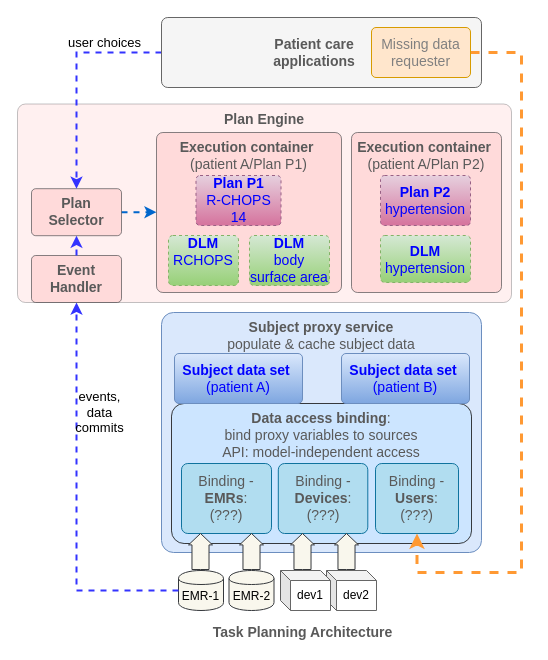
openEHR/specifications-PROC keeps this draw.io diagram as docs/overview/diagrams/plan-architecture.drawio. Above is the earlier version. Source tidied: cells renumbered, new cells numbered last; positions are measured from the earlier drawing's top-left corner, leaving out a move shared by most shapes. Both pictures are drawn from the tidied source at 100%, with x=0, y=0 at pixel (17, 17).
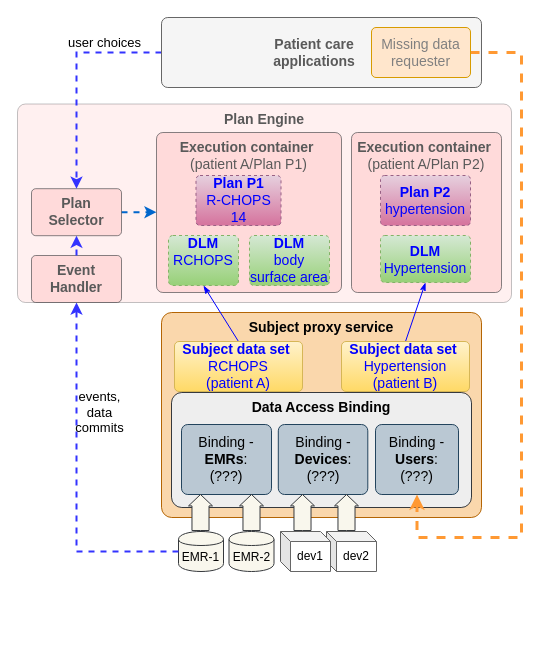
The same diagram, later.

Unchanged cells that the change refers to:
```xml
<mxCell id="7" value="&lt;span style=&quot;font-size: 14px&quot;&gt;&lt;b&gt;DLM &lt;/b&gt;RCHOPS&lt;br&gt;&lt;br&gt;&lt;/span&gt;" style="rounded=1;whiteSpace=wrap;html=1;strokeColor=#82b366;fillColor=#d5e8d4;fontSize=14;arcSize=9;gradientColor=#97d077;dashed=1;fontColor=#0000FF;fontStyle=0;" parent="1" vertex="1">
  <mxGeometry x="151" y="218" width="70" height="50" as="geometry" />
</mxCell>
<mxCell id="24" value="&lt;span style=&quot;font-size: 14px&quot;&gt;&lt;span&gt;Missing data requester&lt;/span&gt;&lt;br&gt;&lt;/span&gt;" style="rounded=1;whiteSpace=wrap;html=1;strokeColor=#d79b00;fillColor=#ffe6cc;fontSize=14;arcSize=9;verticalAlign=middle;fontStyle=0;fontColor=#808080;" parent="1" vertex="1">
  <mxGeometry x="354" y="10" width="99" height="50" as="geometry" />
</mxCell>
```

Diff of the diagram source:
```diff
@@
     <mxCell id="3" value="dev2" style="shape=cube;whiteSpace=wrap;html=1;boundedLbl=1;backgroundOutline=1;darkOpacity=0.05;darkOpacity2=0.1;strokeColor=#666666;strokeWidth=1;fontColor=#000000;size=10;fontStyle=0;" parent="1" vertex="1">
-      <mxGeometry x="309" y="553" width="50" height="40" as="geometry" />
+      <mxGeometry x="309" y="514" width="50" height="40" as="geometry" />
     </mxCell>
@@
-    <mxCell id="6" value="&lt;span style=&quot;font-size: 14px&quot;&gt;&lt;span&gt;&lt;b&gt;Subject proxy service&lt;/b&gt;&lt;br&gt;&lt;/span&gt;populate &amp;amp; cache subject data&lt;br&gt;&lt;/span&gt;" style="rounded=1;whiteSpace=wrap;html=1;strokeColor=#6c8ebf;fillColor=#dae8fc;fontSize=14;arcSize=5;verticalAlign=top;fontColor=#595959;fontStyle=0;" parent="1" vertex="1">
-      <mxGeometry x="144" y="295" width="320" height="240" as="geometry" />
+    <mxCell id="6" value="&lt;span style=&quot;font-size: 14px&quot;&gt;&lt;span&gt;&lt;b&gt;Subject proxy service&lt;/b&gt;&lt;/span&gt;&lt;br&gt;&lt;/span&gt;" style="rounded=1;whiteSpace=wrap;html=1;strokeColor=#b46504;fillColor=#fad7ac;fontSize=14;arcSize=5;verticalAlign=top;fontStyle=0;" parent="1" vertex="1">
+      <mxGeometry x="144" y="295" width="320" height="205" as="geometry" />
     </mxCell>
@@
-    <mxCell id="8" value="&lt;span style=&quot;font-size: 14px&quot;&gt;&lt;span&gt;&lt;b&gt;Data access binding&lt;/b&gt;:&lt;br&gt;&lt;/span&gt;&lt;/span&gt;bind proxy variables to sources&lt;span style=&quot;font-size: 14px&quot;&gt;&lt;span&gt;&lt;br&gt;&lt;/span&gt;API: model-independent access&lt;br&gt;&lt;/span&gt;" style="rounded=1;whiteSpace=wrap;html=1;strokeColor=#36393d;fillColor=#cce5ff;fontSize=14;arcSize=9;verticalAlign=top;fontStyle=0;fontColor=#595959;" parent="1" vertex="1">
-      <mxGeometry x="154" y="386" width="300" height="140" as="geometry" />
+    <mxCell id="8" value="&lt;span style=&quot;font-size: 14px&quot;&gt;&lt;span&gt;&lt;b&gt;Data Access Binding&lt;/b&gt;&lt;/span&gt;&lt;/span&gt;&lt;span style=&quot;font-size: 14px&quot;&gt;&lt;br&gt;&lt;/span&gt;" style="rounded=1;whiteSpace=wrap;html=1;strokeColor=#36393d;fillColor=#eeeeee;fontSize=14;arcSize=9;verticalAlign=top;fontStyle=0;" parent="1" vertex="1">
+      <mxGeometry x="154" y="375" width="300" height="115" as="geometry" />
     </mxCell>
-    <mxCell id="9" value="&lt;span style=&quot;font-size: 14px&quot;&gt;&lt;span&gt;Binding - &lt;br&gt;&lt;b&gt;Users&lt;/b&gt;:&lt;br&gt;&lt;/span&gt;(???)&lt;br&gt;&lt;/span&gt;" style="rounded=1;whiteSpace=wrap;html=1;strokeColor=#10739e;fillColor=#b1ddf0;fontSize=14;arcSize=9;fontStyle=0;fontColor=#595959;" parent="1" vertex="1">
-      <mxGeometry x="358" y="446" width="83" height="70" as="geometry" />
+    <mxCell id="9" value="&lt;span style=&quot;font-size: 14px&quot;&gt;&lt;span&gt;Binding - &lt;br&gt;&lt;b&gt;Users&lt;/b&gt;:&lt;br&gt;&lt;/span&gt;(???)&lt;br&gt;&lt;/span&gt;" style="rounded=1;whiteSpace=wrap;html=1;strokeColor=#23445d;fillColor=#bac8d3;fontSize=14;arcSize=9;fontStyle=0;" parent="1" vertex="1">
+      <mxGeometry x="358" y="407" width="83" height="70" as="geometry" />
     </mxCell>
-    <mxCell id="10" value="&lt;span style=&quot;font-size: 14px&quot;&gt;&lt;span&gt;Binding - &lt;br&gt;&lt;b&gt;Devices&lt;/b&gt;:&lt;br&gt;&lt;/span&gt;(???)&lt;br&gt;&lt;/span&gt;" style="rounded=1;whiteSpace=wrap;html=1;strokeColor=#10739e;fillColor=#b1ddf0;fontSize=14;arcSize=9;fontStyle=0;fontColor=#595959;" parent="1" vertex="1">
-      <mxGeometry x="260.8" y="446" width="89.5" height="70" as="geometry" />
+    <mxCell id="10" value="&lt;span style=&quot;font-size: 14px&quot;&gt;&lt;span&gt;Binding - &lt;br&gt;&lt;b&gt;Devices&lt;/b&gt;:&lt;br&gt;&lt;/span&gt;(???)&lt;br&gt;&lt;/span&gt;" style="rounded=1;whiteSpace=wrap;html=1;strokeColor=#23445d;fillColor=#bac8d3;fontSize=14;arcSize=9;fontStyle=0;" parent="1" vertex="1">
+      <mxGeometry x="260.8" y="407" width="89.5" height="70" as="geometry" />
     </mxCell>
-    <mxCell id="11" value="&lt;span style=&quot;font-size: 14px&quot;&gt;&lt;span&gt;Binding - &lt;br&gt;&lt;b&gt;EMRs&lt;/b&gt;:&lt;br&gt;&lt;/span&gt;(???)&lt;br&gt;&lt;/span&gt;" style="rounded=1;whiteSpace=wrap;html=1;strokeColor=#10739e;fillColor=#b1ddf0;fontSize=14;arcSize=9;fontStyle=0;fontColor=#595959;" parent="1" vertex="1">
-      <mxGeometry x="164" y="446" width="90" height="70" as="geometry" />
+    <mxCell id="11" value="&lt;span style=&quot;font-size: 14px&quot;&gt;&lt;span&gt;Binding - &lt;br&gt;&lt;b&gt;EMRs&lt;/b&gt;:&lt;br&gt;&lt;/span&gt;(???)&lt;br&gt;&lt;/span&gt;" style="rounded=1;whiteSpace=wrap;html=1;strokeColor=#23445d;fillColor=#bac8d3;fontSize=14;arcSize=9;fontStyle=0;" parent="1" vertex="1">
+      <mxGeometry x="164" y="407" width="90" height="70" as="geometry" />
     </mxCell>
@@
     <mxCell id="14" value="EMR-1" style="shape=cylinder;whiteSpace=wrap;html=1;boundedLbl=1;backgroundOutline=1;strokeColor=#36393d;strokeWidth=1;fillColor=#f9f7ed;fontStyle=0;" parent="1" vertex="1">
-      <mxGeometry x="161" y="553" width="45" height="40" as="geometry" />
+      <mxGeometry x="161" y="514" width="45" height="40" as="geometry" />
     </mxCell>
     <mxCell id="15" value="EMR-2" style="shape=cylinder;whiteSpace=wrap;html=1;boundedLbl=1;backgroundOutline=1;strokeColor=#36393d;strokeWidth=1;fillColor=#f9f7ed;fontStyle=0;" parent="1" vertex="1">
-      <mxGeometry x="211.5" y="553" width="45" height="40" as="geometry" />
+      <mxGeometry x="211.5" y="514" width="45" height="40" as="geometry" />
     </mxCell>
     <mxCell id="16" value="dev1" style="shape=cube;whiteSpace=wrap;html=1;boundedLbl=1;backgroundOutline=1;darkOpacity=0.05;darkOpacity2=0.1;strokeColor=#666666;strokeWidth=1;fontColor=#000000;size=10;fontStyle=0;" parent="1" vertex="1">
-      <mxGeometry x="263" y="553" width="50" height="40" as="geometry" />
+      <mxGeometry x="263" y="514" width="50" height="40" as="geometry" />
     </mxCell>
     <mxCell id="17" style="html=1;shadow=0;align=center;verticalAlign=middle;shape=mxgraph.arrows2.arrow;dy=0.29;dx=11.4;direction=north;notch=0;fillColor=#f9f7ed;strokeColor=#36393d;fontStyle=0;" parent="1" vertex="1">
-      <mxGeometry x="171" y="516" width="24" height="36" as="geometry" />
+      <mxGeometry x="171" y="477" width="24" height="36" as="geometry" />
     </mxCell>
     <mxCell id="18" style="html=1;shadow=0;align=center;verticalAlign=middle;shape=mxgraph.arrows2.arrow;dy=0.29;dx=11.4;direction=north;notch=0;fillColor=#f9f7ed;strokeColor=#36393d;fontStyle=0;" parent="1" vertex="1">
-      <mxGeometry x="222" y="516" width="24" height="36" as="geometry" />
+      <mxGeometry x="222" y="477" width="24" height="36" as="geometry" />
     </mxCell>
     <mxCell id="19" style="html=1;shadow=0;align=center;verticalAlign=middle;shape=mxgraph.arrows2.arrow;dy=0.29;dx=11.4;direction=north;notch=0;fillColor=#f9f7ed;strokeColor=#36393d;fontStyle=0;" parent="1" vertex="1">
-      <mxGeometry x="273" y="516" width="24" height="36" as="geometry" />
+      <mxGeometry x="273" y="477" width="24" height="36" as="geometry" />
     </mxCell>
     <mxCell id="20" style="html=1;shadow=0;align=center;verticalAlign=middle;shape=mxgraph.arrows2.arrow;dy=0.29;dx=11.4;direction=north;notch=0;fillColor=#f9f7ed;strokeColor=#36393d;fontStyle=0;" parent="1" vertex="1">
-      <mxGeometry x="317" y="516" width="24" height="36" as="geometry" />
+      <mxGeometry x="317" y="477" width="24" height="36" as="geometry" />
     </mxCell>
@@
     <mxCell id="23" style="edgeStyle=orthogonalEdgeStyle;rounded=0;jettySize=auto;html=1;exitX=1;exitY=0.5;exitDx=0;exitDy=0;entryX=0.5;entryY=1;entryDx=0;entryDy=0;dashed=1;strokeWidth=3;fontSize=12;fontColor=#666666;strokeColor=#FF9933;fontStyle=0;" parent="1" edge="1" source="24" target="9">
       <mxGeometry relative="1" as="geometry">
         <Array as="points">
           <mxPoint x="504" y="35" />
-          <mxPoint x="504" y="555" />
-          <mxPoint x="400" y="555" />
+          <mxPoint x="504" y="520" />
+          <mxPoint x="400" y="520" />
         </Array>
       </mxGeometry>
     </mxCell>
@@
-    <mxCell id="29" value="Task Planning Architecture" style="text;html=1;align=center;verticalAlign=middle;fontSize=14;fontColor=#595959;fontStyle=1;" parent="1" vertex="1">
-      <mxGeometry x="185" y="605" width="200" height="20" as="geometry" />
-    </mxCell>
@@
+    <mxCell id="38" style="edgeStyle=none;rounded=0;jettySize=auto;html=1;exitX=0.5;exitY=0;exitDx=0;exitDy=0;entryX=0.5;entryY=1;entryDx=0;entryDy=0;endArrow=classicThin;endFill=1;strokeColor=#0000FF;strokeWidth=1;fontSize=14;fontColor=#000000;" parent="1" edge="1" source="32" target="7">
+      <mxGeometry relative="1" as="geometry" />
+    </mxCell>
-    <mxCell id="32" value="&lt;span style=&quot;font-size: 14px&quot;&gt;&lt;span&gt;&lt;b&gt;Subject data set&amp;nbsp;&lt;/b&gt;&lt;br&gt;(patient A)&lt;/span&gt;&lt;br&gt;&lt;/span&gt;" style="rounded=1;whiteSpace=wrap;html=1;strokeColor=#6c8ebf;fillColor=#dae8fc;fontSize=14;arcSize=9;fontStyle=0;gradientColor=#7ea6e0;fontColor=#0000FF;" parent="1" vertex="1">
-      <mxGeometry x="157" y="336" width="128" height="50" as="geometry" />
+    <mxCell id="32" value="&lt;span style=&quot;font-size: 14px&quot;&gt;&lt;span&gt;&lt;b&gt;Subject data set&amp;nbsp;&lt;br&gt;&lt;/b&gt;RCHOPS&lt;br&gt;(patient A)&lt;/span&gt;&lt;br&gt;&lt;/span&gt;" style="rounded=1;whiteSpace=wrap;html=1;strokeColor=#d6b656;fillColor=#fff2cc;fontSize=14;arcSize=9;fontStyle=0;gradientColor=#ffd966;fontColor=#0000FF;" parent="1" vertex="1">
+      <mxGeometry x="157" y="324" width="128" height="50" as="geometry" />
     </mxCell>
@@
-    <mxCell id="35" value="&lt;span style=&quot;font-size: 14px&quot;&gt;&lt;b&gt;DLM &lt;br&gt;&lt;/b&gt;hypertension&lt;br&gt;&lt;/span&gt;" style="rounded=1;whiteSpace=wrap;html=1;strokeColor=#82b366;fillColor=#d5e8d4;fontSize=14;arcSize=9;gradientColor=#97d077;dashed=1;fontColor=#0000FF;fontStyle=0;" parent="1" vertex="1">
+    <mxCell id="35" value="&lt;span style=&quot;font-size: 14px&quot;&gt;&lt;b&gt;DLM &lt;br&gt;&lt;/b&gt;Hypertension&lt;br&gt;&lt;/span&gt;" style="rounded=1;whiteSpace=wrap;html=1;strokeColor=#82b366;fillColor=#d5e8d4;fontSize=14;arcSize=9;gradientColor=#97d077;dashed=1;fontColor=#0000FF;fontStyle=0;" parent="1" vertex="1">
       <mxGeometry x="363" y="218" width="90" height="47" as="geometry" />
     </mxCell>
+    <mxCell id="39" style="edgeStyle=none;rounded=0;jettySize=auto;html=1;exitX=0.5;exitY=0;exitDx=0;exitDy=0;entryX=0.5;entryY=1;entryDx=0;entryDy=0;endArrow=classicThin;endFill=1;strokeColor=#0000FF;strokeWidth=1;fontSize=14;fontColor=#000000;" parent="1" edge="1" source="36" target="35">
+      <mxGeometry relative="1" as="geometry" />
+    </mxCell>
-    <mxCell id="36" value="&lt;span style=&quot;font-size: 14px&quot;&gt;&lt;span&gt;&lt;b&gt;Subject data set&amp;nbsp;&lt;/b&gt;&lt;br&gt;(patient B)&lt;/span&gt;&lt;br&gt;&lt;/span&gt;" style="rounded=1;whiteSpace=wrap;html=1;strokeColor=#6c8ebf;fillColor=#dae8fc;fontSize=14;arcSize=9;fontStyle=0;gradientColor=#7ea6e0;fontColor=#0000FF;" parent="1" vertex="1">
-      <mxGeometry x="324" y="336" width="128" height="50" as="geometry" />
+    <mxCell id="36" value="&lt;span style=&quot;font-size: 14px&quot;&gt;&lt;span&gt;&lt;b&gt;Subject data set&amp;nbsp;&lt;br&gt;&lt;/b&gt;Hypertension&lt;br&gt;(patient B)&lt;/span&gt;&lt;br&gt;&lt;/span&gt;" style="rounded=1;whiteSpace=wrap;html=1;strokeColor=#d6b656;fillColor=#fff2cc;fontSize=14;arcSize=9;fontStyle=0;gradientColor=#ffd966;fontColor=#0000FF;" parent="1" vertex="1">
+      <mxGeometry x="324" y="324" width="128" height="50" as="geometry" />
     </mxCell>
```
